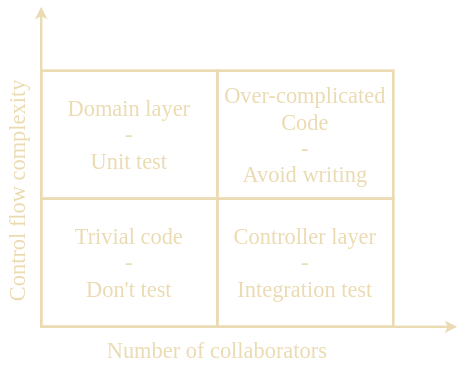
Before: images/test_matrix.png, a diagram exported from draw.io (ajguerrer/ajguerrer.github.io). Source tidied: cells renumbered, new cells last; positions are measured from the earlier drawing's top-left corner, leaving out a move shared by most shapes.
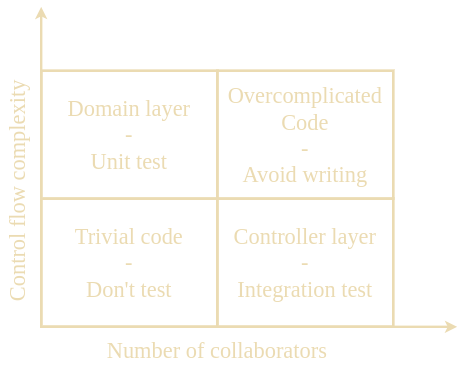
After the commit.

Diff of the diagram source:
```diff
@@ -29,7 +29,7 @@
     <mxCell id="9" value="&lt;font style=&quot;font-size: 28px&quot;&gt;Trivial code&lt;br&gt;-&lt;br&gt;Don't test&lt;br&gt;&lt;/font&gt;" style="text;fontSize=28;align=center;verticalAlign=middle;html=1;fontColor=#ebdbb2;whiteSpace=wrap;fontFamily=Work Sans;FType=g;strokeWidth=3;strokeColor=#EBDBB2;fillColor=none;" parent="1" vertex="1">
       <mxGeometry x="180" y="240" width="220" height="160" as="geometry" />
     </mxCell>
-    <mxCell id="10" value="&lt;font style=&quot;font-size: 28px&quot;&gt;Over-complicated&lt;br&gt;Code&lt;br&gt;-&lt;br&gt;Avoid writing&lt;br&gt;&lt;/font&gt;" style="text;fontSize=28;align=center;verticalAlign=middle;html=1;fontColor=#ebdbb2;whiteSpace=wrap;fontFamily=Work Sans;FType=g;strokeWidth=3;strokeColor=#EBDBB2;fillColor=none;" parent="1" vertex="1">
+    <mxCell id="10" value="&lt;font style=&quot;font-size: 28px&quot;&gt;Overcomplicated&lt;br&gt;Code&lt;br&gt;-&lt;br&gt;Avoid writing&lt;br&gt;&lt;/font&gt;" style="text;fontSize=28;align=center;verticalAlign=middle;html=1;fontColor=#ebdbb2;whiteSpace=wrap;fontFamily=Work Sans;FType=g;strokeWidth=3;strokeColor=#EBDBB2;fillColor=none;" parent="1" vertex="1">
       <mxGeometry x="400" y="80" width="220" height="160" as="geometry" />
     </mxCell>
     <mxCell id="11" style="endArrow=classic;html=1;strokeColor=#EBDBB2;strokeWidth=3;exitX=0;exitY=1;exitDx=0;exitDy=0;" parent="1" edge="1" source="9">
```
